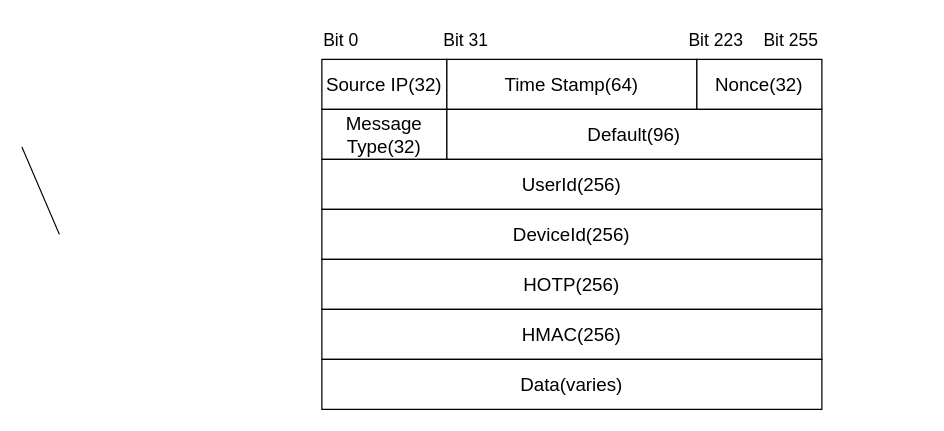
Before: testDirectory/SPA数据包格式.drawio in Moose1273/-, a draw.io diagram. Source tidied: cells renumbered, new cells numbered last; positions are measured from the earlier drawing's top-left corner, leaving out a move shared by most shapes. Both pictures are drawn from the tidied source at 125%, with x=0, y=0 at pixel (21, 21).
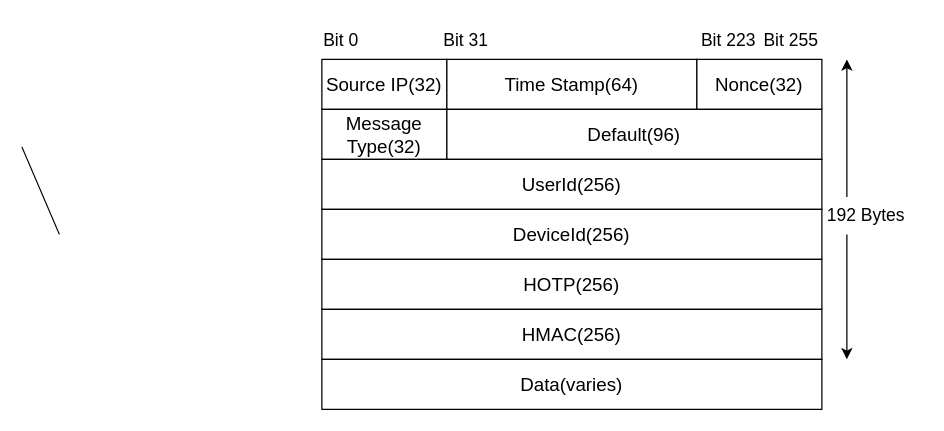
Above is the later version.

Commit message (it also covers changes not shown here):
更新SPA数据包格式.drawio

Diff of the diagram source:
```diff
@@
     <mxCell id="16" value="&lt;font style=&quot;font-size: 14px;&quot;&gt;Bit 223&lt;/font&gt;" style="text;html=1;align=center;verticalAlign=middle;strokeColor=none;fillColor=none;" parent="1" vertex="1">
-      <mxGeometry x="520" width="70" height="30" as="geometry" />
+      <mxGeometry x="530" width="70" height="30" as="geometry" />
     </mxCell>
+    <mxCell id="17" style="endArrow=classic;html=1;rounded=0;" parent="1" edge="1">
+      <mxGeometry relative="1" as="geometry">
+        <mxPoint x="660" y="140" as="sourcePoint" />
+        <mxPoint x="660" y="30" as="targetPoint" />
+      </mxGeometry>
+    </mxCell>
+    <mxCell id="18" value="&lt;font style=&quot;font-size: 14px;&quot;&gt;192 Bytes&lt;/font&gt;" style="text;html=1;align=center;verticalAlign=middle;strokeColor=none;fillColor=none;" parent="1" vertex="1">
+      <mxGeometry x="630" y="140" width="90" height="30" as="geometry" />
+    </mxCell>
+    <mxCell id="19" style="endArrow=classic;html=1;rounded=0;" parent="1" edge="1">
+      <mxGeometry relative="1" as="geometry">
+        <mxPoint x="660" y="170" as="sourcePoint" />
+        <mxPoint x="660" y="270" as="targetPoint" />
+      </mxGeometry>
+    </mxCell>
```
